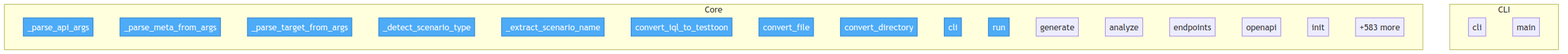
The Mermaid diagram project/flow.png in oqlos/testql, before a commit. Its source is kept beside it as project/flow.mmd. The source it was exported from:
```mermaid
flowchart TD

    classDef entry fill:#4dabf7,stroke:#1971c2,color:#fff

    subgraph CLI
        testql__cli__cli["cli"]
        testql__cli__main["main"]
    end

    subgraph Core
        code2llm_output__map__toon___parse_api_args["_parse_api_args"]
        code2llm_output__map__toon___parse_meta_from_args["_parse_meta_from_args"]
        code2llm_output__map__toon___parse_target_from_args["_parse_target_from_args"]
        code2llm_output__map__toon___detect_scenario_type["_detect_scenario_type"]
        code2llm_output__map__toon___extract_scenario_name["_extract_scenario_name"]
        code2llm_output__map__toon__convert_iql_to_testtoon["convert_iql_to_testtoon"]
        code2llm_output__map__toon__convert_file["convert_file"]
        code2llm_output__map__toon__convert_directory["convert_directory"]
        code2llm_output__map__toon__cli["cli"]
        code2llm_output__map__toon__run["run"]
        code2llm_output__map__toon__generate["generate"]
        code2llm_output__map__toon__analyze["analyze"]
        code2llm_output__map__toon__endpoints["endpoints"]
        code2llm_output__map__toon__openapi["openapi"]
        code2llm_output__map__toon__init["init"]
        ...["+583 more"]
    end

    class code2llm_output__map__toon___parse_api_args,code2llm_output__map__toon___parse_meta_from_args,code2llm_output__map__toon___parse_target_from_args,code2llm_output__map__toon___detect_scenario_type,code2llm_output__map__toon___extract_scenario_name,code2llm_output__map__toon__convert_iql_to_testtoon,code2llm_output__map__toon__convert_file,code2llm_output__map__toon__convert_directory,code2llm_output__map__toon__cli,code2llm_output__map__toon__run entry
```
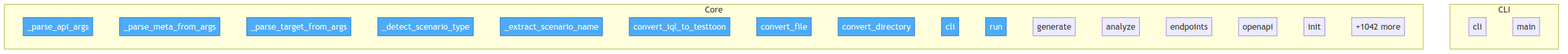
After the commit.

What changed in the source:
```diff
@@ -23,7 +23,7 @@
         code2llm_output__map__toon__endpoints["endpoints"]
         code2llm_output__map__toon__openapi["openapi"]
         code2llm_output__map__toon__init["init"]
-        ...["+583 more"]
+        ...["+1042 more"]
     end
 
     class code2llm_output__map__toon___parse_api_args,code2llm_output__map__toon___parse_meta_from_args,code2llm_output__map__toon___parse_target_from_args,code2llm_output__map__toon___detect_scenario_type,code2llm_output__map__toon___extract_scenario_name,code2llm_output__map__toon__convert_iql_to_testtoon,code2llm_output__map__toon__convert_file,code2llm_output__map__toon__convert_directory,code2llm_output__map__toon__cli,code2llm_output__map__toon__run entry
```
